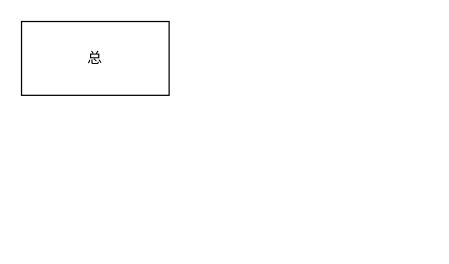
Earlier version of the draw.io diagram 性能分析工具.drawio (enzoyes/desginsindraw). Source tidied: cells renumbered, new cells numbered last; positions are measured from the earlier drawing's top-left corner, leaving out a move shared by most shapes. Both pictures are drawn from the tidied source at 123%, with x=0, y=0 at pixel (21, 21).
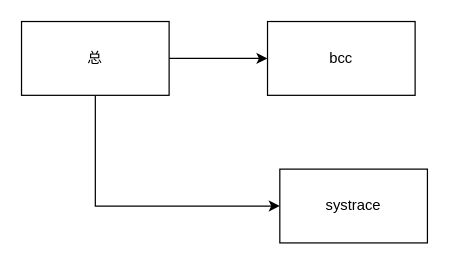
The same diagram, later.

Commit message (it also covers changes not shown here):
更新性能分析工具.drawio

Change to the diagram source:
```diff
@@
 <mxGraphModel>
   <root>
     <mxCell id="0" />
     <mxCell id="1" parent="0" />
+    <mxCell id="3" style="edgeStyle=orthogonalEdgeStyle;rounded=0;jettySize=auto;html=1;" parent="1" edge="1" source="2" target="5">
+      <mxGeometry relative="1" as="geometry" />
+    </mxCell>
+    <mxCell id="4" style="edgeStyle=orthogonalEdgeStyle;rounded=0;jettySize=auto;html=1;" parent="1" edge="1" source="2" target="6">
+      <mxGeometry relative="1" as="geometry">
+        <Array as="points">
+          <mxPoint x="60" y="150" />
+        </Array>
+      </mxGeometry>
+    </mxCell>
     <mxCell id="2" value="总" style="rounded=0;whiteSpace=wrap;html=1;" parent="1" vertex="1">
       <mxGeometry width="120" height="60" as="geometry" />
     </mxCell>
+    <mxCell id="5" value="bcc" style="rounded=0;whiteSpace=wrap;html=1;" parent="1" vertex="1">
+      <mxGeometry x="200" width="120" height="60" as="geometry" />
+    </mxCell>
+    <mxCell id="6" value="systrace" style="rounded=0;whiteSpace=wrap;html=1;" parent="1" vertex="1">
+      <mxGeometry x="210" y="120" width="120" height="60" as="geometry" />
+    </mxCell>
   </root>
 </mxGraphModel>
```
